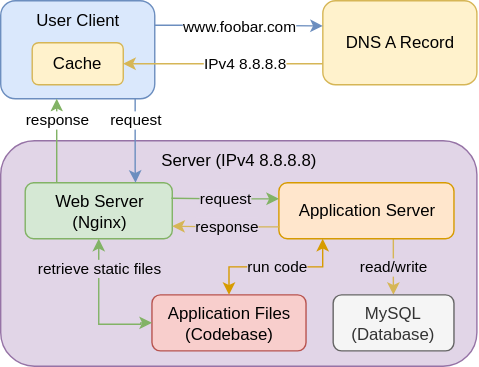
This is web_infrastructure_design/0-simple_web_stack.drawio_v3.svg from XavierLaforgue/holbertonschool-system_engineering-devops, a draw.io export, as it was before one commit. Source tidied: cells renumbered, new cells last; positions are measured from the earlier drawing's top-left corner, leaving out a move shared by most shapes.
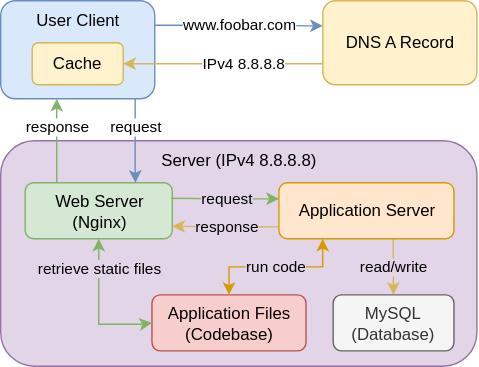
Later version of the same file.

Change to the diagram source:
```diff
@@ -46,7 +46,7 @@
     <mxCell id="11" value="www.foobar.com" style="edgeStyle=orthogonalEdgeStyle;rounded=0;jettySize=auto;html=1;entryX=0;entryY=0.3;entryDx=0;entryDy=0;exitX=1;exitY=0.25;exitDx=0;exitDy=0;strokeColor=#6c8ebf;entryPerimeter=0;" parent="1" edge="1" source="13" target="2">
       <mxGeometry relative="1" as="geometry" />
     </mxCell>
-    <mxCell id="12" value="request" style="edgeStyle=orthogonalEdgeStyle;rounded=0;jettySize=auto;html=1;fillColor=#dae8fc;strokeColor=#6c8ebf;entryX=0.75;entryY=0;entryDx=0;entryDy=0;spacingTop=-30;spacing=2;" parent="1" edge="1" source="13" target="4">
+    <mxCell id="12" value="request" style="edgeStyle=orthogonalEdgeStyle;rounded=0;jettySize=auto;html=1;fillColor=#dae8fc;strokeColor=#6c8ebf;entryX=0.75;entryY=0;entryDx=0;entryDy=0;spacingTop=-20;spacing=2;" parent="1" edge="1" source="13" target="4">
       <mxGeometry relative="1" as="geometry">
         <Array as="points">
           <mxPoint x="96" y="120" />
@@ -66,8 +66,8 @@
     <mxCell id="16" value="IPv4 8.8.8.8" style="edgeLabel;html=1;align=center;verticalAlign=middle;" parent="15" vertex="1">
       <mxGeometry x="-0.2" relative="1" as="geometry" />
     </mxCell>
-    <mxCell id="17" value="response" style="edgeStyle=orthogonalEdgeStyle;rounded=0;orthogonalLoop=1;jettySize=auto;html=1;exitX=0.357;exitY=0.001;exitDx=0;exitDy=0;entryX=0.5;entryY=1;entryDx=0;entryDy=0;fillColor=#d5e8d4;strokeColor=#82b366;spacingTop=-30;exitPerimeter=0;" parent="1" edge="1">
-      <mxGeometry relative="1" as="geometry">
+    <mxCell id="17" value="response" style="edgeStyle=orthogonalEdgeStyle;rounded=0;orthogonalLoop=1;jettySize=auto;html=1;exitX=0.357;exitY=0.001;exitDx=0;exitDy=0;entryX=0.5;entryY=1;entryDx=0;entryDy=0;fillColor=#d5e8d4;strokeColor=#82b366;spacingTop=-20;exitPerimeter=0;" parent="1" edge="1">
+      <mxGeometry x="-0.01" relative="1" as="geometry">
         <mxPoint x="40" y="130" as="sourcePoint" />
         <mxPoint x="40" y="70" as="targetPoint" />
       </mxGeometry>
```
